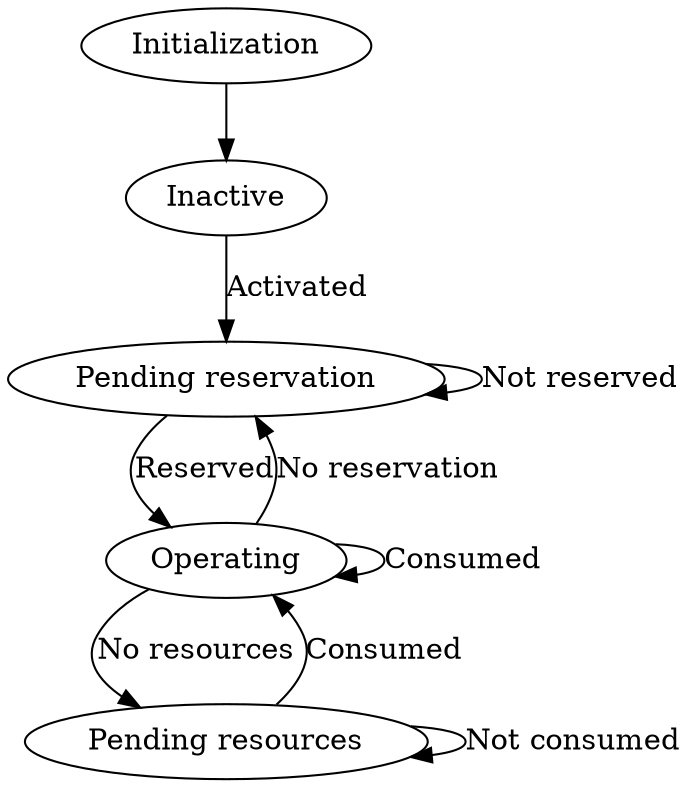
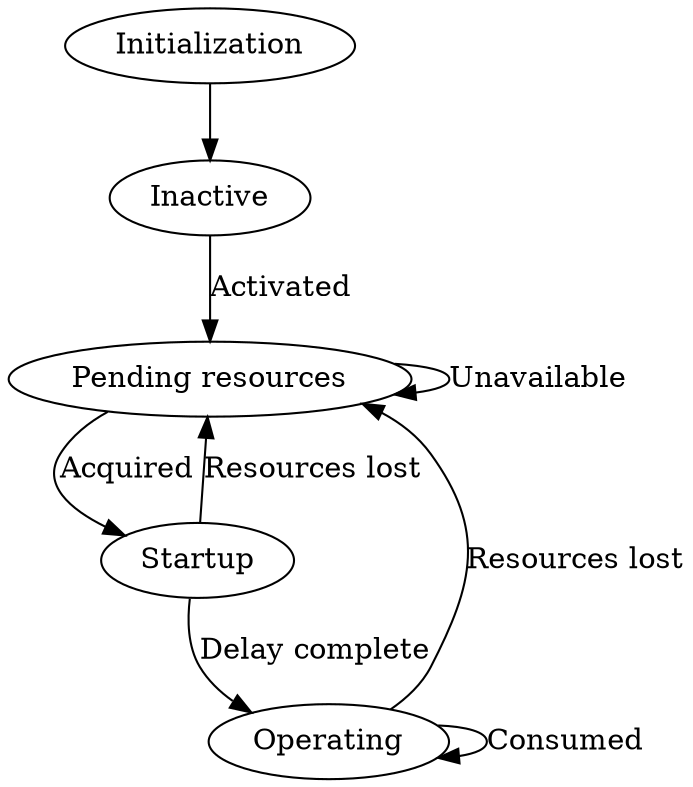
digraph G {
    Initialization -> inactive;

    # States
    inactive [label= "Inactive"];
+     startup [label= "Startup"];
    operating [label= "Operating"];
    pending_resources [label= "Pending resources"];
-     pending_reservation [label= "Pending reservation"];

    # Transitions
-     inactive -> pending_reservation [label= "Activated"];
+     inactive -> pending_resources [label= "Activated"];

-     pending_reservation -> operating [label= "Reserved"];
-     pending_reservation -> pending_reservation [label= "Not reserved"];
+     startup -> operating [label= "Delay complete"];
+     startup -> pending_resources [label= "Resources lost"];

-     pending_resources -> pending_resources[label= "Not consumed"];
-     pending_resources -> operating [label= "Consumed"];
+     pending_resources -> pending_resources[label= "Unavailable"];
+     pending_resources -> startup [label= "Acquired"];

    operating -> operating [label= "Consumed"];
-     operating -> pending_resources [label= "No resources"];
-     operating -> pending_reservation [label= "No reservation"];
+     operating -> pending_resources [label= "Resources lost"];
}
